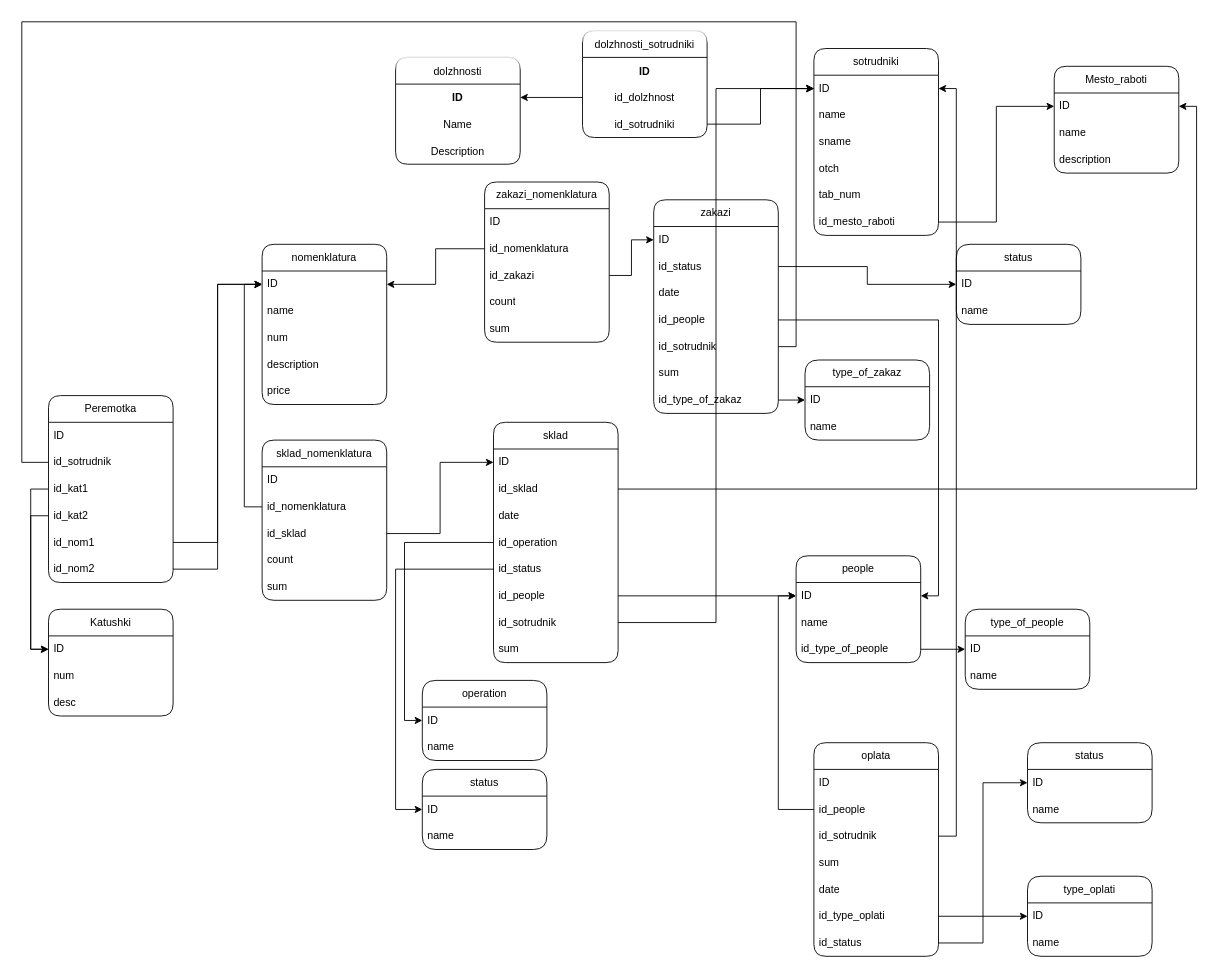
This is АРМы.drawio from OGdanik/db_diagrams, a draw.io file, before an edit. Source tidied: cells renumbered, new cells numbered last; positions are measured from the earlier drawing's top-left corner, leaving out a move shared by most shapes. Both pictures are drawn from the tidied source at 89%, with x=0, y=0 at pixel (21, 21).
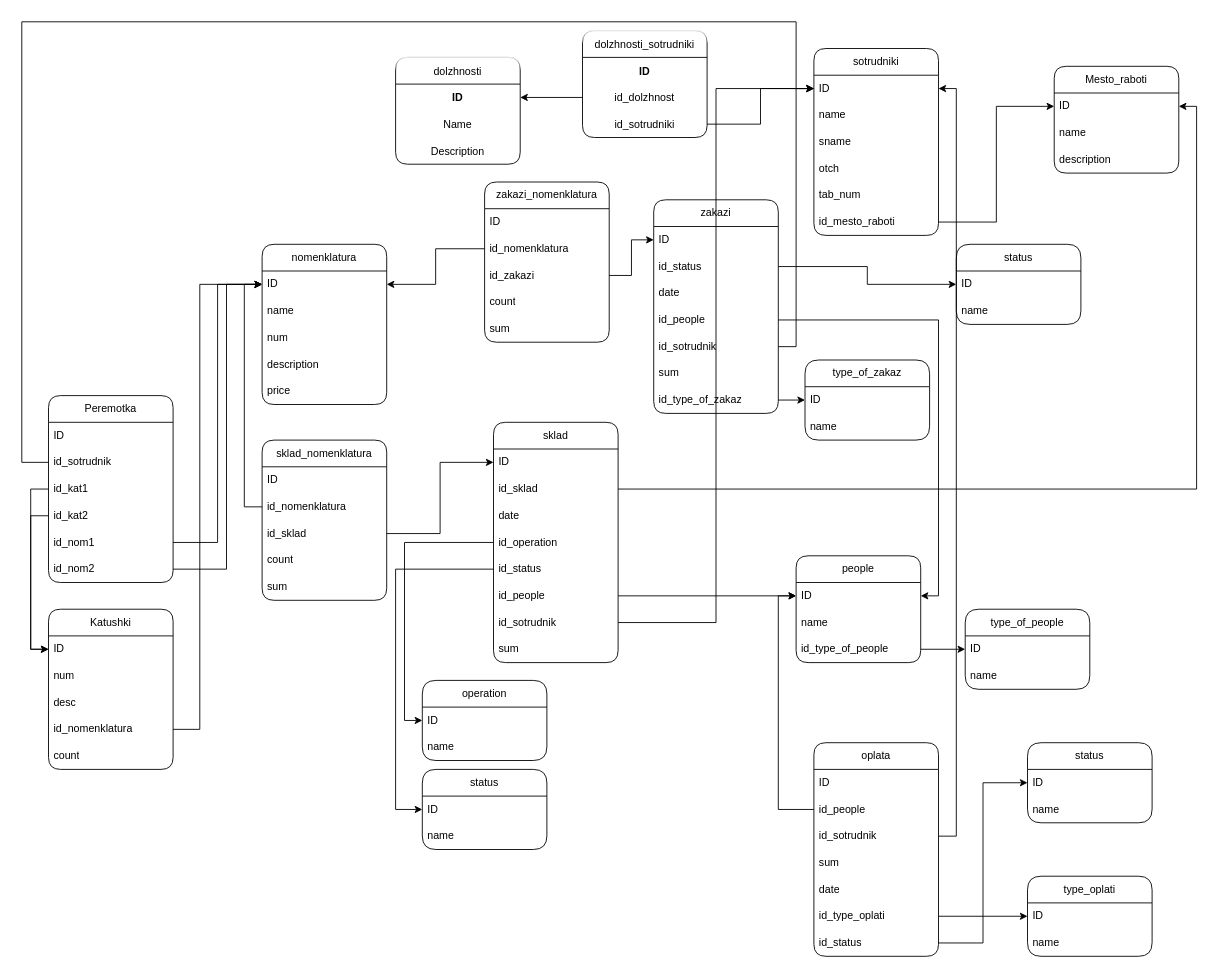
The same page after the edit.

The change refers to these unchanged cells:
```xml
<mxCell id="29" value="ID" style="text;strokeColor=none;fillColor=none;align=left;verticalAlign=middle;spacingLeft=4;spacingRight=4;overflow=hidden;points=[[0,0.5],[1,0.5]];portConstraint=eastwest;whiteSpace=wrap;html=1;" parent="28" vertex="1">
  <mxGeometry y="30" width="140" height="30" as="geometry" />
</mxCell>
<mxCell id="102" value="id_nom2" style="text;strokeColor=none;fillColor=none;align=left;verticalAlign=middle;spacingLeft=4;spacingRight=4;overflow=hidden;points=[[0,0.5],[1,0.5]];portConstraint=eastwest;whiteSpace=wrap;html=1;rounded=1;shadow=0;glass=0;sketch=0;fillStyle=auto;" parent="96" vertex="1">
  <mxGeometry y="180" width="140" height="30" as="geometry" />
</mxCell>
```

What changed in the source:
```diff
@@
     <mxCell id="92" value="Katushki" style="swimlane;fontStyle=0;horizontal=1;startSize=30;whiteSpace=wrap;html=1;rounded=1;shadow=0;glass=0;sketch=0;fillStyle=auto;" parent="1" vertex="1">
-      <mxGeometry x="30" y="660" width="140" height="120" as="geometry" />
+      <mxGeometry x="30" y="660" width="140" height="180" as="geometry" />
     </mxCell>
@@
+    <mxCell id="126" value="id_nomenklatura" style="text;strokeColor=none;fillColor=none;align=left;verticalAlign=middle;spacingLeft=4;spacingRight=4;overflow=hidden;points=[[0,0.5],[1,0.5]];portConstraint=eastwest;whiteSpace=wrap;html=1;rounded=1;shadow=0;glass=0;sketch=0;fillStyle=auto;" parent="92" vertex="1">
+      <mxGeometry y="120" width="140" height="30" as="geometry" />
+    </mxCell>
+    <mxCell id="127" value="count" style="text;strokeColor=none;fillColor=none;align=left;verticalAlign=middle;spacingLeft=4;spacingRight=4;overflow=hidden;whiteSpace=wrap;html=1;rounded=1;shadow=0;glass=0;sketch=0;fillStyle=auto;" parent="92" vertex="1">
+      <mxGeometry y="150" width="140" height="30" as="geometry" />
+    </mxCell>
@@
     <mxCell id="107" style="edgeStyle=orthogonalEdgeStyle;rounded=0;jettySize=auto;html=1;exitX=1;exitY=0.5;exitDx=0;exitDy=0;" parent="1" edge="1" source="102" target="29">
-      <mxGeometry relative="1" as="geometry" />
+      <mxGeometry relative="1" as="geometry">
+        <Array as="points">
+          <mxPoint x="230" y="615" />
+          <mxPoint x="230" y="295" />
+        </Array>
+      </mxGeometry>
     </mxCell>
@@
+    <mxCell id="128" style="edgeStyle=orthogonalEdgeStyle;rounded=0;jettySize=auto;html=1;exitX=1;exitY=0.5;exitDx=0;exitDy=0;entryX=0;entryY=0.5;entryDx=0;entryDy=0;" parent="1" edge="1" source="126" target="29">
+      <mxGeometry relative="1" as="geometry">
+        <Array as="points">
+          <mxPoint x="200" y="795" />
+          <mxPoint x="200" y="295" />
+        </Array>
+      </mxGeometry>
+    </mxCell>
```
